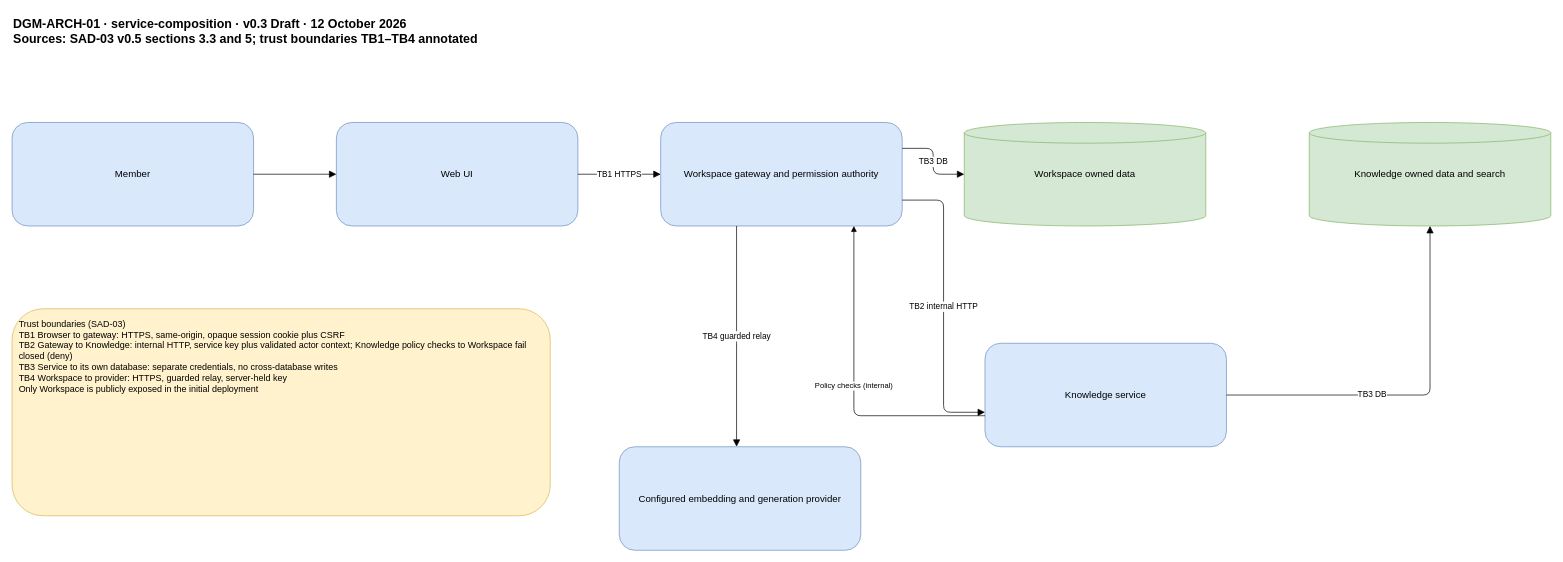
Above: docs/sdlc/diagrams/architecture/service-composition.drawio in 900M100CK/scrum-workspace-KMS-ai (draw.io), before the change. Source tidied: cells renumbered, new cells numbered last; positions are measured from the earlier drawing's top-left corner, leaving out a move shared by most shapes. Both pictures are drawn from the tidied source at 69%, with x=0, y=0 at pixel (12, 12).
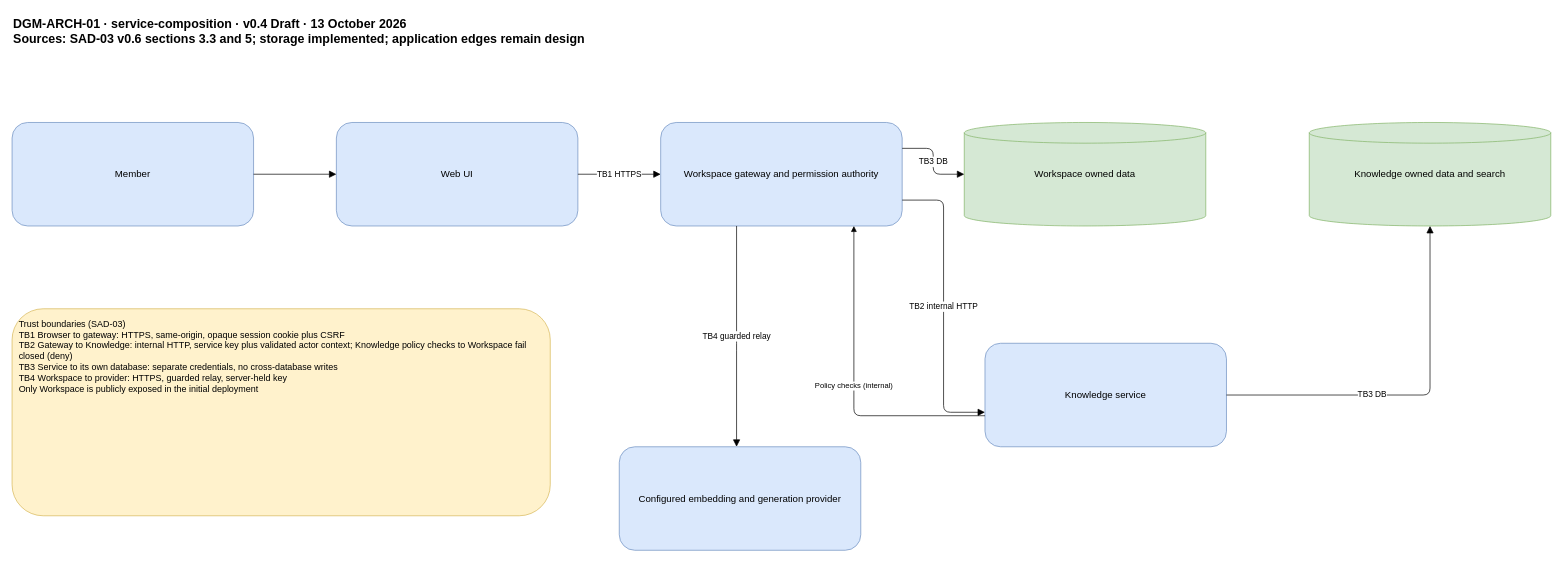
The same diagram, later.

Change to the diagram source:
```diff
@@
 <mxGraphModel>
   <root>
     <mxCell id="0" />
     <mxCell id="1" parent="0" />
-    <mxCell id="2" value="DGM-ARCH-01 · service-composition · v0.3 Draft · 12 October 2026&#10;Sources: SAD-03 v0.5 sections 3.3 and 5; trust boundaries TB1–TB4 annotated" style="text;html=1;whiteSpace=wrap;fontSize=18;fontStyle=1;align=left;" parent="1" vertex="1">
+    <mxCell id="2" value="DGM-ARCH-01 · service-composition · v0.4 Draft · 13 October 2026&#10;Sources: SAD-03 v0.6 sections 3.3 and 5; storage implemented; application edges remain design" style="text;html=1;whiteSpace=wrap;fontSize=18;fontStyle=1;align=left;" parent="1" vertex="1">
       <mxGeometry width="2230" height="100" as="geometry" />
     </mxCell>
     <mxCell id="3" value="Member" style="rounded=1;fillColor=#dae8fc;strokeColor=#6c8ebf;whiteSpace=wrap;html=1;fontSize=14;spacing=12;" parent="1" vertex="1">
       <mxGeometry y="160" width="350" height="150" as="geometry" />
     </mxCell>
     <mxCell id="4" value="Web UI" style="rounded=1;fillColor=#dae8fc;strokeColor=#6c8ebf;whiteSpace=wrap;html=1;fontSize=14;spacing=12;" parent="1" vertex="1">
       <mxGeometry x="470" y="160" width="350" height="150" as="geometry" />
     </mxCell>
     <mxCell id="5" value="Workspace gateway and permission authority" style="rounded=1;fillColor=#dae8fc;strokeColor=#6c8ebf;whiteSpace=wrap;html=1;fontSize=14;spacing=12;" parent="1" vertex="1">
       <mxGeometry x="940" y="160" width="350" height="150" as="geometry" />
     </mxCell>
     <mxCell id="6" value="Workspace owned data" style="shape=cylinder3;fillColor=#d5e8d4;strokeColor=#82b366;whiteSpace=wrap;html=1;fontSize=14;spacing=12;" parent="1" vertex="1">
       <mxGeometry x="1380" y="160" width="350" height="150" as="geometry" />
     </mxCell>
     <mxCell id="7" value="Knowledge service" style="rounded=1;fillColor=#dae8fc;strokeColor=#6c8ebf;whiteSpace=wrap;html=1;fontSize=14;spacing=12;" parent="1" vertex="1">
       <mxGeometry x="1410" y="480" width="350" height="150" as="geometry" />
     </mxCell>
     <mxCell id="8" value="Knowledge owned data and search" style="shape=cylinder3;fillColor=#d5e8d4;strokeColor=#82b366;whiteSpace=wrap;html=1;fontSize=14;spacing=12;" parent="1" vertex="1">
       <mxGeometry x="1880" y="160" width="350" height="150" as="geometry" />
     </mxCell>
     <mxCell id="9" value="Configured embedding and generation provider" style="rounded=1;fillColor=#dae8fc;strokeColor=#6c8ebf;whiteSpace=wrap;html=1;fontSize=14;spacing=12;" parent="1" vertex="1">
       <mxGeometry x="880" y="630" width="350" height="150" as="geometry" />
     </mxCell>
     <mxCell id="10" style="edgeStyle=orthogonalEdgeStyle;rounded=1;jettySize=auto;html=1;endArrow=block;endSize=8;fontSize=12;labelBackgroundColor=#ffffff;" parent="1" edge="1" source="3" target="4">
       <mxGeometry relative="1" as="geometry" />
     </mxCell>
     <mxCell id="11" value="TB1 HTTPS" style="edgeStyle=orthogonalEdgeStyle;rounded=1;jettySize=auto;html=1;endArrow=block;endSize=8;fontSize=12;labelBackgroundColor=#ffffff;" parent="1" edge="1" source="4" target="5">
       <mxGeometry relative="1" as="geometry" />
     </mxCell>
     <mxCell id="12" value="TB3 DB" style="edgeStyle=orthogonalEdgeStyle;rounded=1;jettySize=auto;html=1;endArrow=block;endSize=8;fontSize=12;labelBackgroundColor=#ffffff;exitX=1;exitY=0.25;exitDx=0;exitDy=0;" parent="1" edge="1" source="5" target="6">
       <mxGeometry relative="1" as="geometry" />
     </mxCell>
     <mxCell id="13" value="TB2 internal HTTP" style="edgeStyle=orthogonalEdgeStyle;rounded=1;jettySize=auto;html=1;endArrow=block;endSize=8;fontSize=12;labelBackgroundColor=#ffffff;exitX=1;exitY=0.75;exitDx=0;exitDy=0;entryX=0;entryY=0.666667;entryDx=0;entryDy=0;" parent="1" edge="1" source="5" target="7">
       <mxGeometry relative="1" as="geometry" />
     </mxCell>
     <mxCell id="14" value="TB3 DB" style="edgeStyle=orthogonalEdgeStyle;rounded=1;jettySize=auto;html=1;endArrow=block;endSize=8;fontSize=12;labelBackgroundColor=#ffffff;" parent="1" edge="1" source="7" target="8">
       <mxGeometry x="-0.22" relative="1" as="geometry" />
     </mxCell>
     <mxCell id="15" value="Policy checks (internal)" style="rounded=1;jettySize=auto;html=1;endArrow=block;entryX=0.5;entryY=1;edgeStyle=orthogonalEdgeStyle;exitX=-0.001;exitY=0.531;exitDx=0;exitDy=0;exitPerimeter=0;exitX=0;exitY=0.7;entryX=0.8;entryY=1;" parent="1" edge="1" source="7" target="5">
       <mxGeometry relative="1" as="geometry" />
     </mxCell>
     <mxCell id="16" value="TB4 guarded relay" style="edgeStyle=orthogonalEdgeStyle;rounded=1;jettySize=auto;html=1;endArrow=block;endSize=8;fontSize=12;labelBackgroundColor=#ffffff;" parent="1" edge="1" source="5" target="9">
       <mxGeometry relative="1" as="geometry">
         <Array as="points">
           <mxPoint x="1050" y="480" />
           <mxPoint x="1050" y="480" />
         </Array>
       </mxGeometry>
     </mxCell>
     <mxCell id="17" value="Trust boundaries (SAD-03)&#10;TB1 Browser to gateway: HTTPS, same-origin, opaque session cookie plus CSRF&#10;TB2 Gateway to Knowledge: internal HTTP, service key plus validated actor context; Knowledge policy checks to Workspace fail closed (deny)&#10;TB3 Service to its own database: separate credentials, no cross-database writes&#10;TB4 Workspace to provider: HTTPS, guarded relay, server-held key&#10;Only Workspace is publicly exposed in the initial deployment" style="rounded=1;fillColor=#fff2cc;strokeColor=#d6b656;align=left;verticalAlign=top;whiteSpace=wrap;html=0;fontSize=13;spacing=10;" parent="1" vertex="1">
       <mxGeometry y="430" width="780" height="300" as="geometry" />
     </mxCell>
   </root>
 </mxGraphModel>
```
